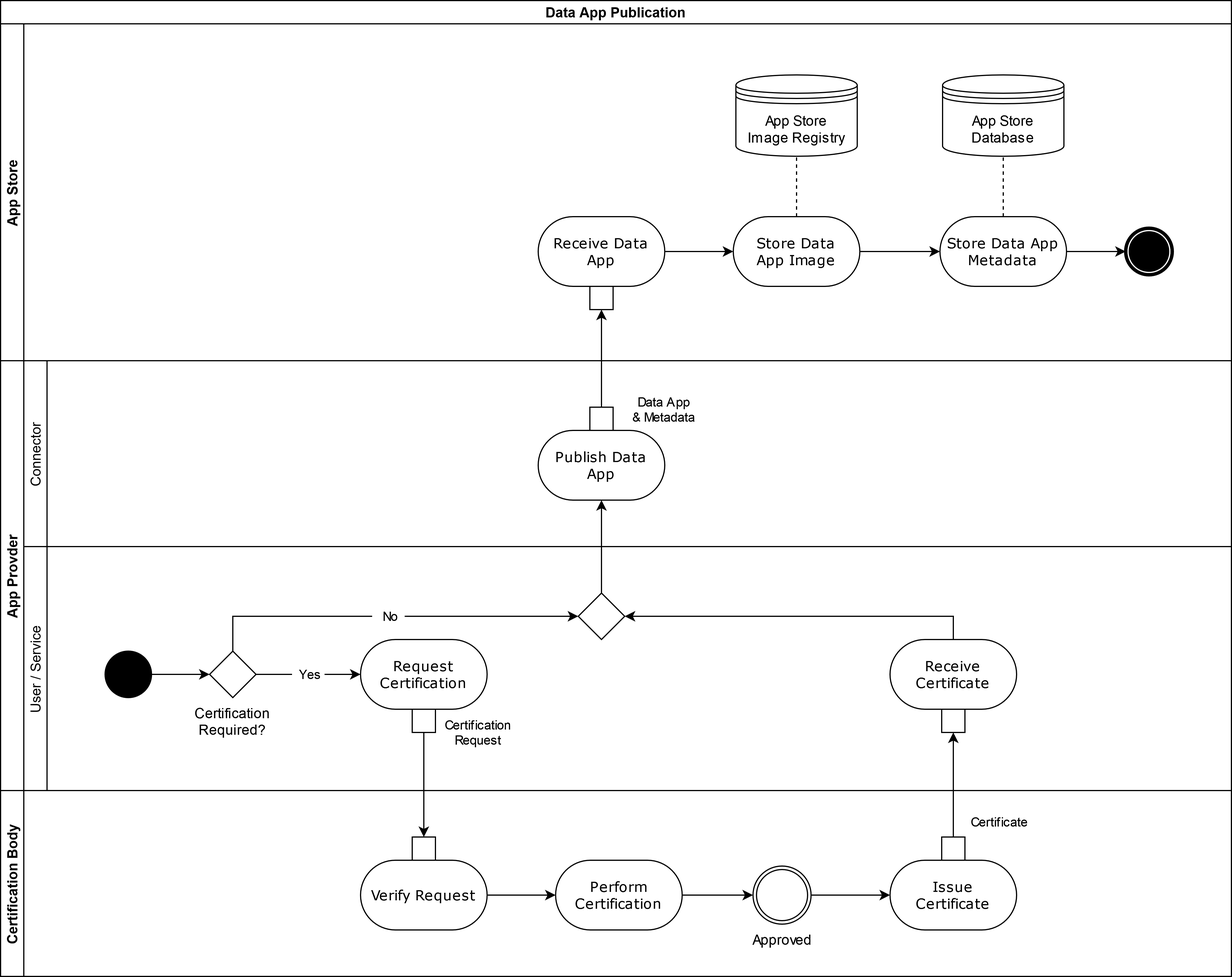
This is documentation/3_Layers_of_the_Reference_Architecture_Model/3_3_Process_Layer/media/data-app-publication-process.png from International-Data-Spaces-Association/IDS-RAM_4_0, a draw.io export, as it was before one commit. Source tidied: cells renumbered, new cells last; positions are measured from the earlier drawing's top-left corner, leaving out a move shared by most shapes.
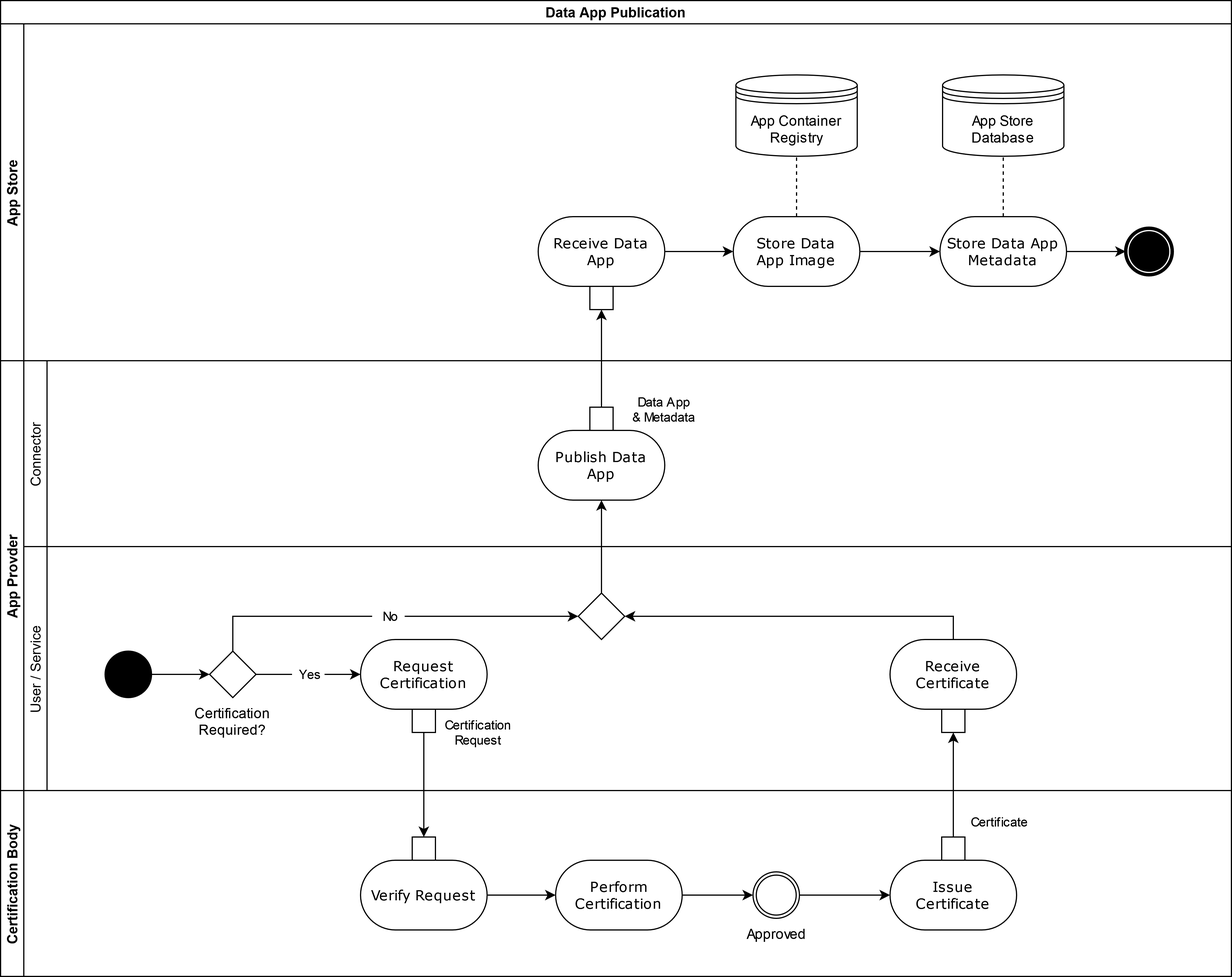
Later version of the same file.

Commit message:
Change image registry name to container registry

The edit, as a diff of the source:
```diff
@@ -38,7 +38,7 @@
     <mxCell id="13" value="App Store Database" style="shape=datastore;whiteSpace=wrap;html=1;" parent="3" vertex="1">
       <mxGeometry x="811.2" y="44" width="104.5" height="70" as="geometry" />
     </mxCell>
-    <mxCell id="14" value="&lt;div&gt;App Store&lt;/div&gt;&lt;div&gt;Image Registry&lt;br&gt;&lt;/div&gt;" style="shape=datastore;whiteSpace=wrap;html=1;" parent="3" vertex="1">
+    <mxCell id="14" value="App Container Registry" style="shape=datastore;whiteSpace=wrap;html=1;" parent="3" vertex="1">
       <mxGeometry x="633.2" y="44" width="104.5" height="70" as="geometry" />
     </mxCell>
     <mxCell id="15" style="rounded=0;jettySize=auto;html=1;entryX=0.5;entryY=1;entryDx=0;entryDy=0;dashed=1;endArrow=none;endFill=0;exitX=0.5;exitY=0;exitDx=0;exitDy=0;" parent="3" edge="1" source="8" target="14">
@@ -120,7 +120,7 @@
       <mxGeometry relative="1" as="geometry" />
     </mxCell>
     <mxCell id="41" value="Approved" style="points=[[0.145,0.145,0],[0.5,0,0],[0.855,0.145,0],[1,0.5,0],[0.855,0.855,0],[0.5,1,0],[0.145,0.855,0],[0,0.5,0]];shape=mxgraph.bpmn.event;html=1;verticalLabelPosition=bottom;labelBackgroundColor=#ffffff;verticalAlign=top;align=center;perimeter=ellipsePerimeter;outlineConnect=0;outline=throwing;symbol=general;" parent="35" vertex="1">
-      <mxGeometry x="648" y="65" width="50" height="50" as="geometry" />
+      <mxGeometry x="648" y="70" width="40" height="40" as="geometry" />
     </mxCell>
     <mxCell id="42" style="edgeStyle=orthogonalEdgeStyle;rounded=0;jettySize=auto;html=1;entryX=0;entryY=0.5;entryDx=0;entryDy=0;entryPerimeter=0;" parent="35" edge="1" source="37" target="41">
       <mxGeometry relative="1" as="geometry" />
```
